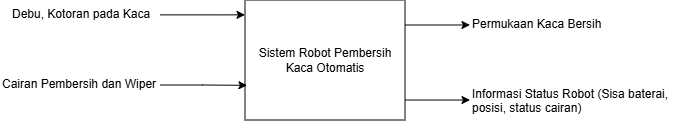
The draw.io diagram OverallFunction.drawio.png in bryansasa/PPT-Cleaning-Glass-Robot, before a commit. Source tidied: cells renumbered, new cells last; positions are measured from the earlier drawing's top-left corner, leaving out a move shared by most shapes.
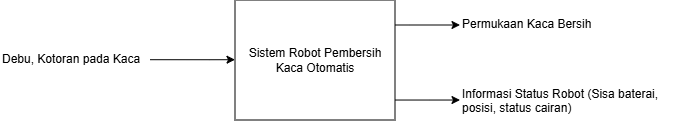
After the change.

What changed in the source:
```diff
@@ -23,23 +23,17 @@
     </mxCell>
     <mxCell id="5" style="edgeStyle=orthogonalEdgeStyle;rounded=0;orthogonalLoop=1;jettySize=auto;html=1;" parent="1" edge="1">
       <mxGeometry relative="1" as="geometry">
-        <mxPoint x="160" y="14.9" as="sourcePoint" />
-        <mxPoint x="245" y="14.9" as="targetPoint" />
+        <mxPoint x="160" y="59.7" as="sourcePoint" />
+        <mxPoint x="245" y="59.7" as="targetPoint" />
         <Array as="points">
-          <mxPoint x="220" y="14.9" />
-          <mxPoint x="220" y="14.9" />
+          <mxPoint x="220" y="59.7" />
+          <mxPoint x="220" y="59.7" />
         </Array>
       </mxGeometry>
     </mxCell>
     <mxCell id="6" value="Debu, Kotoran pada Kaca" style="text;whiteSpace=wrap;html=1;" parent="1" vertex="1">
-      <mxGeometry x="10" width="150" height="30" as="geometry" />
+      <mxGeometry x="10" y="45" width="150" height="30" as="geometry" />
     </mxCell>
-    <mxCell id="7" value="Cairan Pembersih dan Wiper" style="text;whiteSpace=wrap;html=1;" parent="1" vertex="1">
-      <mxGeometry y="70" width="160" height="30" as="geometry" />
-    </mxCell>
-    <mxCell id="8" style="edgeStyle=orthogonalEdgeStyle;rounded=0;jettySize=auto;html=1;entryX=0.012;entryY=0.711;entryDx=0;entryDy=0;entryPerimeter=0;" parent="1" edge="1" source="7" target="4">
-      <mxGeometry relative="1" as="geometry" />
-    </mxCell>
     <mxCell id="9" value="Permukaan Kaca Bersih" style="text;whiteSpace=wrap;html=1;" parent="1" vertex="1">
       <mxGeometry x="470" y="10" width="140" height="30" as="geometry" />
     </mxCell>
```
